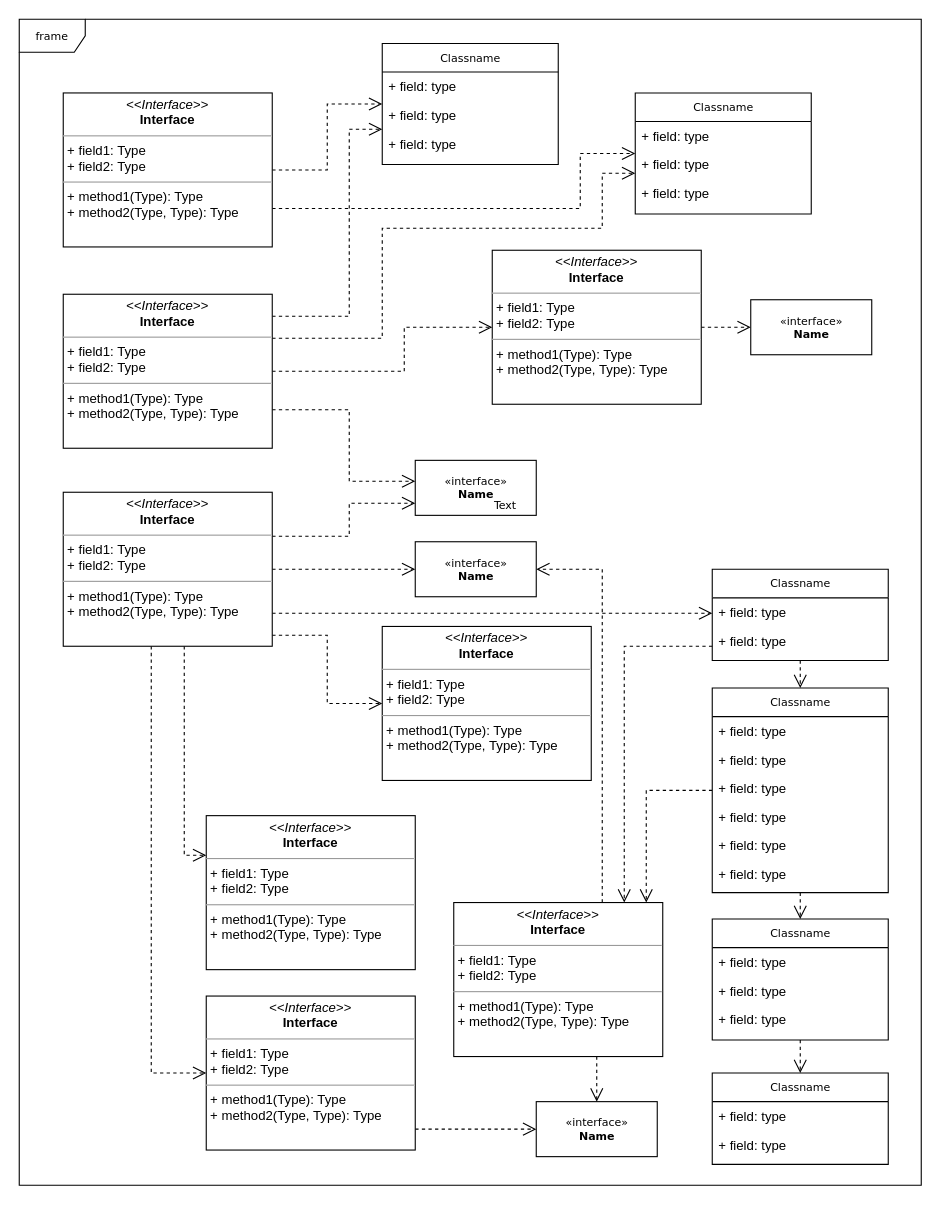
Before: page "Page-1" (1 of 2) of DiagrammaCalssi.drawio in davide-vigano-tas/applicazione-bancaria, a draw.io diagram. Source tidied: cells renumbered, new cells numbered last; positions are measured from the earlier drawing's top-left corner, leaving out a move shared by most shapes. Both pictures are drawn from the tidied source at 110%, with x=0, y=0 at pixel (19, 19).
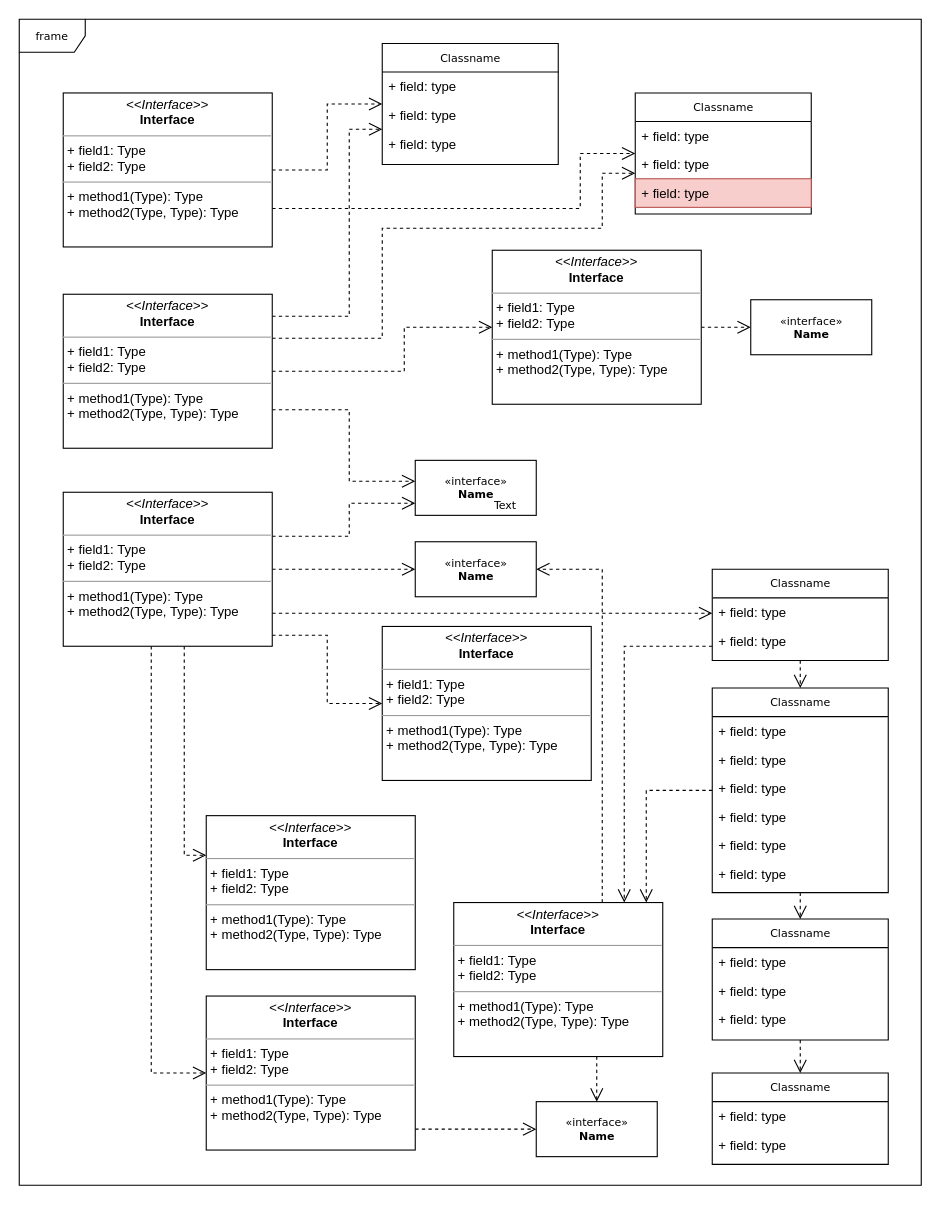
The same diagram, later.

Unchanged cells that the change refers to:
```xml
<mxCell id="16" value="Classname" style="swimlane;html=1;fontStyle=0;horizontal=1;startSize=26;fillColor=none;swimlaneFillColor=#ffffff;rounded=0;shadow=0;comic=0;labelBackgroundColor=none;strokeWidth=1;fontFamily=Verdana;fontSize=10;align=center;" parent="1" vertex="1">
  <mxGeometry x="560" y="67" width="160" height="110" as="geometry" />
</mxCell>
```

Diff of the diagram source:
```diff
@@
-    <mxCell id="19" value="+ field: type" style="text;html=1;strokeColor=none;fillColor=none;align=left;verticalAlign=top;spacingLeft=4;spacingRight=4;whiteSpace=wrap;overflow=hidden;" parent="16" vertex="1">
+    <mxCell id="19" value="+ field: type" style="text;html=1;strokeColor=#b85450;fillColor=#f8cecc;align=left;verticalAlign=top;spacingLeft=4;spacingRight=4;whiteSpace=wrap;overflow=hidden;" parent="16" vertex="1">
       <mxGeometry y="78" width="160" height="26" as="geometry" />
     </mxCell>
```
